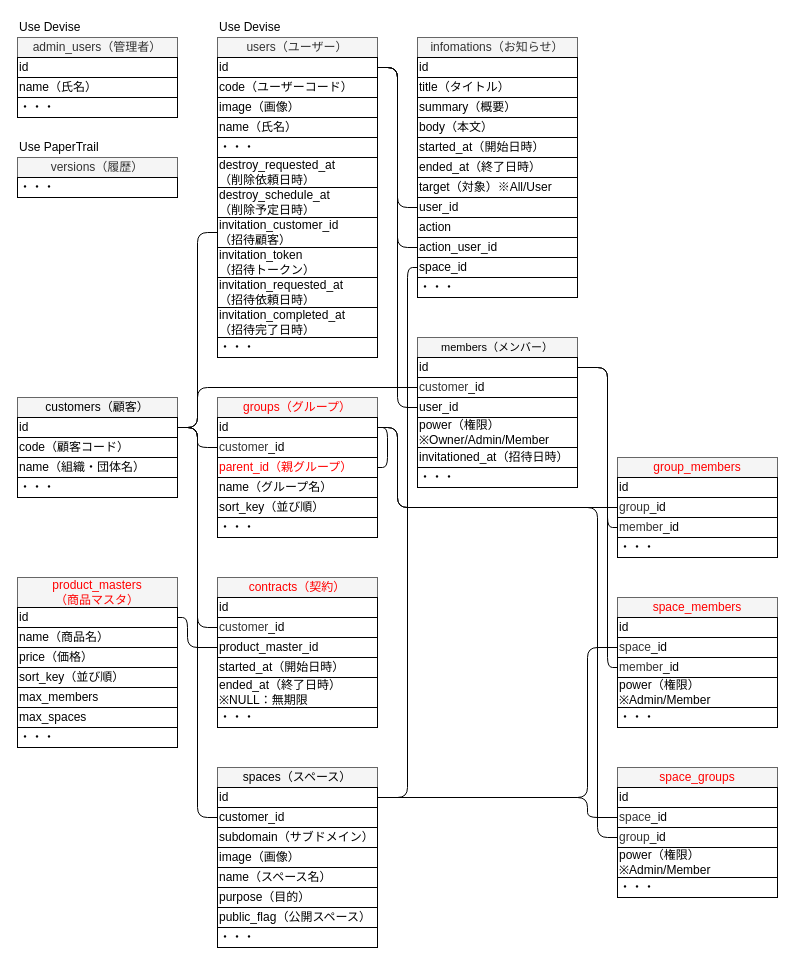
The draw.io diagram 設計/ER図.drawio in nightonlypj/rails-app-origin, before the edit. Source tidied: cells renumbered, new cells numbered last; positions are measured from the earlier drawing's top-left corner, leaving out a move shared by most shapes. Both pictures are drawn from the tidied source at 100%, with x=0, y=0 at pixel (17, 17).
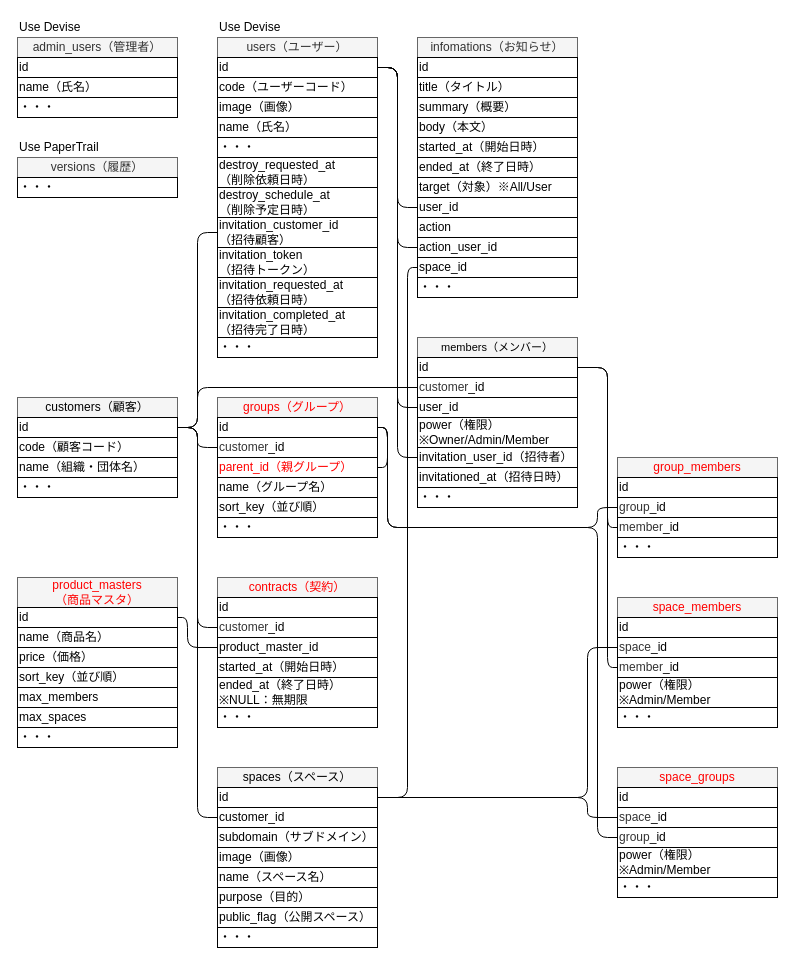
Above is the later version.

Unchanged cells that the change refers to:
```xml
<mxCell id="3" value="id" style="rounded=0;whiteSpace=wrap;html=1;align=left;" parent="1" vertex="1">
  <mxGeometry x="200" y="40" width="160" height="20" as="geometry" />
</mxCell>
<mxCell id="70" value="id" style="rounded=0;whiteSpace=wrap;html=1;align=left;" parent="1" vertex="1">
  <mxGeometry x="200" y="400" width="160" height="20" as="geometry" />
</mxCell>
<mxCell id="80" value="&lt;span style=&quot;color: rgb(51 , 51 , 51) ; text-align: center&quot;&gt;group&lt;/span&gt;_id" style="rounded=0;whiteSpace=wrap;html=1;align=left;" parent="1" vertex="1">
  <mxGeometry x="600" y="480" width="160" height="20" as="geometry" />
</mxCell>
<mxCell id="86" value="&lt;span style=&quot;color: rgb(51 , 51 , 51) ; text-align: center&quot;&gt;group&lt;/span&gt;_id" style="rounded=0;whiteSpace=wrap;html=1;align=left;" parent="1" vertex="1">
  <mxGeometry x="600" y="810" width="160" height="20" as="geometry" />
</mxCell>
```

Change to the diagram source:
```diff
@@
-    <mxCell id="64" value="・・・" style="rounded=0;whiteSpace=wrap;html=1;align=left;" parent="1" vertex="1">
+    <mxCell id="64" value="invitationed_at（招待日時）" style="rounded=0;whiteSpace=wrap;html=1;align=left;" parent="1" vertex="1">
       <mxGeometry x="400" y="450" width="160" height="20" as="geometry" />
     </mxCell>
-    <mxCell id="65" value="invitationed_at（招待日時）" style="rounded=0;whiteSpace=wrap;html=1;align=left;" parent="1" vertex="1">
+    <mxCell id="65" value="&lt;span&gt;invitation_user_id（招待者）&lt;/span&gt;" style="rounded=0;whiteSpace=wrap;html=1;align=left;" parent="1" vertex="1">
       <mxGeometry x="400" y="430" width="160" height="20" as="geometry" />
     </mxCell>
@@
     <mxCell id="68" style="edgeStyle=orthogonalEdgeStyle;rounded=1;jettySize=auto;html=1;exitX=1;exitY=0.5;exitDx=0;exitDy=0;entryX=0;entryY=0.5;entryDx=0;entryDy=0;endArrow=none;endFill=0;fontColor=#000000;" parent="1" edge="1" source="70" target="80">
       <mxGeometry relative="1" as="geometry">
         <Array as="points">
-          <mxPoint x="380" y="410" />
-          <mxPoint x="380" y="490" />
+          <mxPoint x="370" y="410" />
+          <mxPoint x="370" y="510" />
+          <mxPoint x="580" y="510" />
+          <mxPoint x="580" y="490" />
         </Array>
       </mxGeometry>
     </mxCell>
     <mxCell id="69" style="edgeStyle=orthogonalEdgeStyle;rounded=1;jettySize=auto;html=1;exitX=1;exitY=0.5;exitDx=0;exitDy=0;entryX=0;entryY=0.5;entryDx=0;entryDy=0;endArrow=none;endFill=0;fontColor=#000000;" parent="1" edge="1" source="70" target="86">
       <mxGeometry relative="1" as="geometry">
         <Array as="points">
-          <mxPoint x="380" y="410" />
-          <mxPoint x="380" y="490" />
-          <mxPoint x="580" y="490" />
+          <mxPoint x="370" y="410" />
+          <mxPoint x="370" y="510" />
+          <mxPoint x="580" y="510" />
           <mxPoint x="580" y="820" />
         </Array>
       </mxGeometry>
     </mxCell>
@@
+    <mxCell id="114" value="・・・" style="rounded=0;whiteSpace=wrap;html=1;align=left;" parent="1" vertex="1">
+      <mxGeometry x="400" y="470" width="160" height="20" as="geometry" />
+    </mxCell>
+    <mxCell id="115" style="edgeStyle=orthogonalEdgeStyle;rounded=1;jettySize=auto;html=1;entryX=0;entryY=0.5;entryDx=0;entryDy=0;endArrow=none;endFill=0;exitX=1;exitY=0.5;exitDx=0;exitDy=0;" parent="1" edge="1" source="3" target="65">
+      <mxGeometry relative="1" as="geometry">
+        <Array as="points">
+          <mxPoint x="380" y="50" />
+          <mxPoint x="380" y="440" />
+        </Array>
+      </mxGeometry>
+    </mxCell>
```
